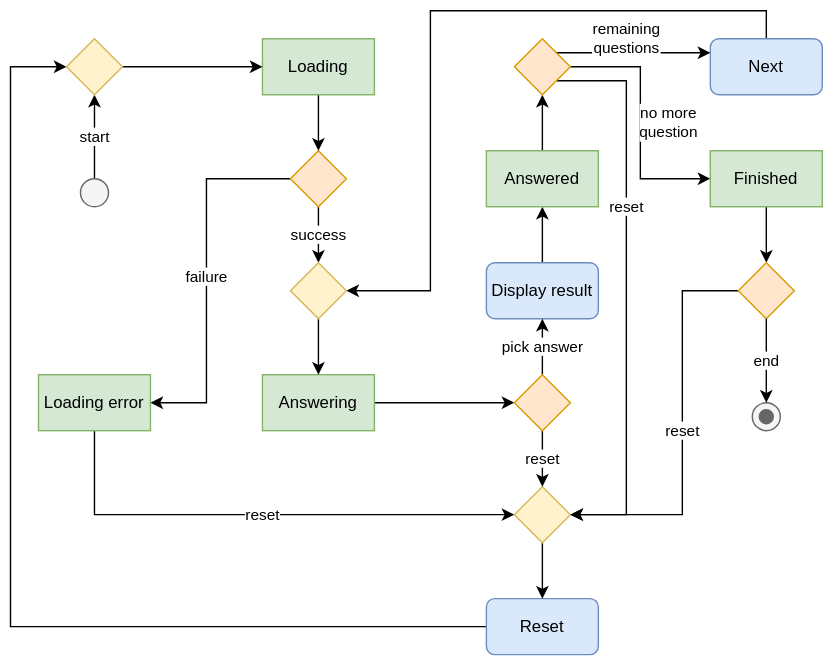
Above: assignments/hw5/diagram1.svg in hanggrian/IIT-ITM555 (draw.io), before the change. Source tidied: cells renumbered, new cells last; positions are measured from the earlier drawing's top-left corner, leaving out a move shared by most shapes.
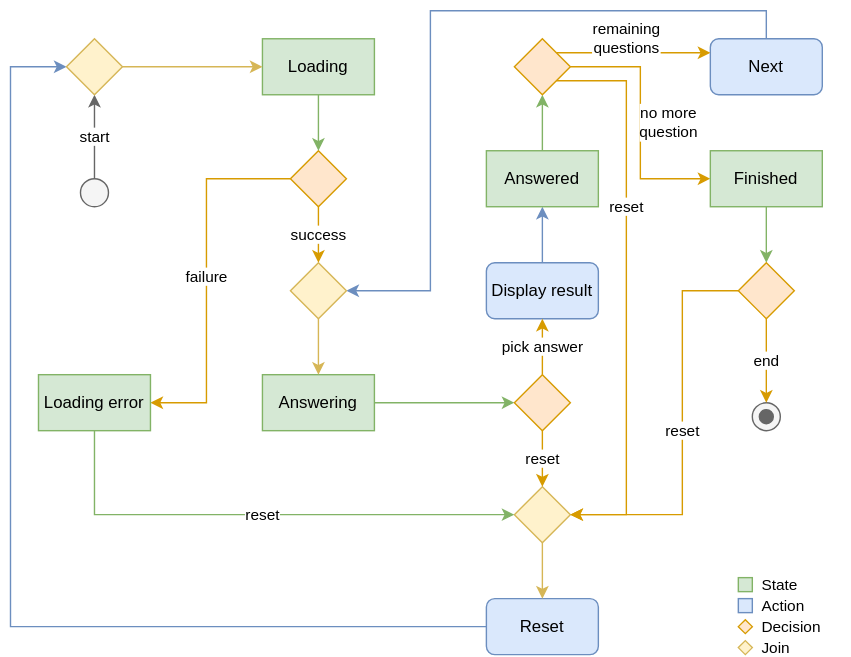
Above is the later version.

Commit message:
Add last diagram, completing phase 2 preparation

The edit, as a diff of the source:
```diff
@@ -2,7 +2,7 @@
   <root>
     <mxCell id="0" />
     <mxCell id="1" parent="0" />
-    <mxCell id="2" value="failure" style="edgeStyle=orthogonalEdgeStyle;rounded=0;jettySize=auto;html=1;exitX=0;exitY=0.5;exitDx=0;exitDy=0;entryX=1;entryY=0.5;entryDx=0;entryDy=0;" parent="1" edge="1" source="4" target="16">
+    <mxCell id="2" value="failure" style="edgeStyle=orthogonalEdgeStyle;rounded=0;jettySize=auto;html=1;exitX=0;exitY=0.5;exitDx=0;exitDy=0;entryX=1;entryY=0.5;entryDx=0;entryDy=0;fillColor=#ffe6cc;strokeColor=#d79b00;" parent="1" edge="1" source="4" target="16">
       <mxGeometry relative="1" as="geometry">
         <Array as="points">
           <mxPoint x="140" y="120" />
@@ -10,19 +10,19 @@
         </Array>
       </mxGeometry>
     </mxCell>
-    <mxCell id="3" value="success" style="edgeStyle=orthogonalEdgeStyle;rounded=0;jettySize=auto;html=1;exitX=0.5;exitY=1;exitDx=0;exitDy=0;entryX=0.5;entryY=0;entryDx=0;entryDy=0;" parent="1" edge="1" source="4" target="32">
+    <mxCell id="3" value="success" style="edgeStyle=orthogonalEdgeStyle;rounded=0;jettySize=auto;html=1;exitX=0.5;exitY=1;exitDx=0;exitDy=0;entryX=0.5;entryY=0;entryDx=0;entryDy=0;fillColor=#ffe6cc;strokeColor=#d79b00;" parent="1" edge="1" source="4" target="32">
       <mxGeometry relative="1" as="geometry" />
     </mxCell>
     <mxCell id="4" style="rhombus;whiteSpace=wrap;html=1;shadow=0;fontFamily=Helvetica;fontSize=12;align=center;strokeWidth=1;spacing=6;spacingTop=-4;fillColor=#ffe6cc;strokeColor=#d79b00;" parent="1" vertex="1">
       <mxGeometry x="200" y="100" width="40" height="40" as="geometry" />
     </mxCell>
-    <mxCell id="5" style="edgeStyle=orthogonalEdgeStyle;rounded=0;jettySize=auto;html=1;exitX=1;exitY=0.5;exitDx=0;exitDy=0;entryX=0;entryY=0.5;entryDx=0;entryDy=0;" parent="1" edge="1" source="6" target="24">
+    <mxCell id="5" style="edgeStyle=orthogonalEdgeStyle;rounded=0;jettySize=auto;html=1;exitX=1;exitY=0.5;exitDx=0;exitDy=0;entryX=0;entryY=0.5;entryDx=0;entryDy=0;fillColor=#d5e8d4;strokeColor=#82b366;" parent="1" edge="1" source="6" target="24">
       <mxGeometry relative="1" as="geometry" />
     </mxCell>
     <mxCell id="6" value="Answering" style="rounded=0;whiteSpace=wrap;html=1;fillColor=#d5e8d4;strokeColor=#82b366;" parent="1" vertex="1">
       <mxGeometry x="180" y="260" width="80" height="40" as="geometry" />
     </mxCell>
-    <mxCell id="7" style="edgeStyle=orthogonalEdgeStyle;rounded=0;jettySize=auto;html=1;exitX=0;exitY=0.5;exitDx=0;exitDy=0;entryX=0;entryY=0.5;entryDx=0;entryDy=0;" parent="1" edge="1" source="8" target="38">
+    <mxCell id="7" style="edgeStyle=orthogonalEdgeStyle;rounded=0;jettySize=auto;html=1;exitX=0;exitY=0.5;exitDx=0;exitDy=0;entryX=0;entryY=0.5;entryDx=0;entryDy=0;fillColor=#dae8fc;strokeColor=#6c8ebf;" parent="1" edge="1" source="8" target="38">
       <mxGeometry relative="1" as="geometry">
         <Array as="points">
           <mxPoint y="440" />
@@ -33,31 +33,31 @@
     <mxCell id="8" value="Reset" style="rounded=1;whiteSpace=wrap;html=1;fontSize=12;glass=0;strokeWidth=1;shadow=0;fillColor=#dae8fc;strokeColor=#6c8ebf;" parent="1" vertex="1">
       <mxGeometry x="340" y="420" width="80" height="40" as="geometry" />
     </mxCell>
-    <mxCell id="9" style="edgeStyle=orthogonalEdgeStyle;rounded=0;jettySize=auto;html=1;exitX=0.5;exitY=0;exitDx=0;exitDy=0;entryX=0.5;entryY=1;entryDx=0;entryDy=0;" parent="1" edge="1" source="10" target="12">
+    <mxCell id="9" style="edgeStyle=orthogonalEdgeStyle;rounded=0;jettySize=auto;html=1;exitX=0.5;exitY=0;exitDx=0;exitDy=0;entryX=0.5;entryY=1;entryDx=0;entryDy=0;fillColor=#dae8fc;strokeColor=#6c8ebf;" parent="1" edge="1" source="10" target="12">
       <mxGeometry relative="1" as="geometry" />
     </mxCell>
     <mxCell id="10" value="Display result" style="rounded=1;whiteSpace=wrap;html=1;fontSize=12;glass=0;strokeWidth=1;shadow=0;fillColor=#dae8fc;strokeColor=#6c8ebf;" parent="1" vertex="1">
       <mxGeometry x="340" y="180" width="80" height="40" as="geometry" />
     </mxCell>
-    <mxCell id="11" style="edgeStyle=orthogonalEdgeStyle;rounded=0;jettySize=auto;html=1;exitX=0.5;exitY=0;exitDx=0;exitDy=0;entryX=0.5;entryY=1;entryDx=0;entryDy=0;" parent="1" edge="1" source="12" target="30">
+    <mxCell id="11" style="edgeStyle=orthogonalEdgeStyle;rounded=0;jettySize=auto;html=1;exitX=0.5;exitY=0;exitDx=0;exitDy=0;entryX=0.5;entryY=1;entryDx=0;entryDy=0;fillColor=#d5e8d4;strokeColor=#82b366;" parent="1" edge="1" source="12" target="30">
       <mxGeometry relative="1" as="geometry" />
     </mxCell>
     <mxCell id="12" value="Answered" style="rounded=0;whiteSpace=wrap;html=1;fillColor=#d5e8d4;strokeColor=#82b366;" parent="1" vertex="1">
       <mxGeometry x="340" y="100" width="80" height="40" as="geometry" />
     </mxCell>
-    <mxCell id="13" style="edgeStyle=orthogonalEdgeStyle;rounded=0;jettySize=auto;html=1;exitX=0.5;exitY=1;exitDx=0;exitDy=0;entryX=0.5;entryY=0;entryDx=0;entryDy=0;" parent="1" edge="1" source="14" target="8">
+    <mxCell id="13" style="edgeStyle=orthogonalEdgeStyle;rounded=0;jettySize=auto;html=1;exitX=0.5;exitY=1;exitDx=0;exitDy=0;entryX=0.5;entryY=0;entryDx=0;entryDy=0;fillColor=#fff2cc;strokeColor=#d6b656;" parent="1" edge="1" source="14" target="8">
       <mxGeometry relative="1" as="geometry" />
     </mxCell>
     <mxCell id="14" style="rhombus;whiteSpace=wrap;html=1;shadow=0;fontFamily=Helvetica;fontSize=12;align=center;strokeWidth=1;spacing=6;spacingTop=-4;fillColor=#fff2cc;strokeColor=#d6b656;" parent="1" vertex="1">
       <mxGeometry x="360" y="340" width="40" height="40" as="geometry" />
     </mxCell>
-    <mxCell id="15" value="reset" style="edgeStyle=orthogonalEdgeStyle;rounded=0;jettySize=auto;html=1;exitX=0.5;exitY=1;exitDx=0;exitDy=0;entryX=0;entryY=0.5;entryDx=0;entryDy=0;" parent="1" edge="1" source="16" target="14">
+    <mxCell id="15" value="reset" style="edgeStyle=orthogonalEdgeStyle;rounded=0;jettySize=auto;html=1;exitX=0.5;exitY=1;exitDx=0;exitDy=0;entryX=0;entryY=0.5;entryDx=0;entryDy=0;fillColor=#d5e8d4;strokeColor=#82b366;" parent="1" edge="1" source="16" target="14">
       <mxGeometry relative="1" as="geometry" />
     </mxCell>
     <mxCell id="16" value="Loading error" style="rounded=0;whiteSpace=wrap;html=1;fillColor=#d5e8d4;strokeColor=#82b366;" parent="1" vertex="1">
       <mxGeometry x="20" y="260" width="80" height="40" as="geometry" />
     </mxCell>
-    <mxCell id="17" value="start" style="edgeStyle=orthogonalEdgeStyle;rounded=0;jettySize=auto;html=1;exitX=0.5;exitY=0;exitDx=0;exitDy=0;entryX=0.5;entryY=1;entryDx=0;entryDy=0;" parent="1" edge="1" source="18" target="38">
+    <mxCell id="17" value="start" style="edgeStyle=orthogonalEdgeStyle;rounded=0;jettySize=auto;html=1;exitX=0.5;exitY=0;exitDx=0;exitDy=0;entryX=0.5;entryY=1;entryDx=0;entryDy=0;fillColor=#f5f5f5;strokeColor=#666666;" parent="1" edge="1" source="18" target="38">
       <mxGeometry relative="1" as="geometry" />
     </mxCell>
     <mxCell id="18" style="ellipse;fillColor=#f5f5f5;html=1;fontColor=#333333;strokeColor=#666666;" parent="1" vertex="1">
@@ -66,7 +66,7 @@
     <mxCell id="19" style="shape=mxgraph.sysml.actFinal;html=1;verticalLabelPosition=bottom;labelBackgroundColor=#ffffff;verticalAlign=top;fillColor=#f5f5f5;fontColor=#333333;strokeColor=#666666;" parent="1" vertex="1">
       <mxGeometry x="530" y="280" width="20" height="20" as="geometry" />
     </mxCell>
-    <mxCell id="20" style="edgeStyle=orthogonalEdgeStyle;rounded=0;jettySize=auto;html=1;exitX=0.5;exitY=0;exitDx=0;exitDy=0;entryX=1;entryY=0.5;entryDx=0;entryDy=0;" parent="1" edge="1" source="21" target="32">
+    <mxCell id="20" style="edgeStyle=orthogonalEdgeStyle;rounded=0;jettySize=auto;html=1;exitX=0.5;exitY=0;exitDx=0;exitDy=0;entryX=1;entryY=0.5;entryDx=0;entryDy=0;fillColor=#dae8fc;strokeColor=#6c8ebf;" parent="1" edge="1" source="21" target="32">
       <mxGeometry relative="1" as="geometry">
         <Array as="points">
           <mxPoint x="540" />
@@ -78,28 +78,28 @@
     <mxCell id="21" value="Next" style="rounded=1;whiteSpace=wrap;html=1;fontSize=12;glass=0;strokeWidth=1;shadow=0;fillColor=#dae8fc;strokeColor=#6c8ebf;" parent="1" vertex="1">
       <mxGeometry x="500" y="20" width="80" height="40" as="geometry" />
     </mxCell>
-    <mxCell id="22" value="pick answer" style="edgeStyle=orthogonalEdgeStyle;rounded=0;jettySize=auto;html=1;exitX=0.5;exitY=0;exitDx=0;exitDy=0;entryX=0.5;entryY=1;entryDx=0;entryDy=0;" parent="1" edge="1" source="24" target="10">
+    <mxCell id="22" value="pick answer" style="edgeStyle=orthogonalEdgeStyle;rounded=0;jettySize=auto;html=1;exitX=0.5;exitY=0;exitDx=0;exitDy=0;entryX=0.5;entryY=1;entryDx=0;entryDy=0;fillColor=#ffe6cc;strokeColor=#d79b00;" parent="1" edge="1" source="24" target="10">
       <mxGeometry relative="1" as="geometry" />
     </mxCell>
-    <mxCell id="23" value="reset" style="edgeStyle=orthogonalEdgeStyle;rounded=0;jettySize=auto;html=1;exitX=0.5;exitY=1;exitDx=0;exitDy=0;entryX=0.5;entryY=0;entryDx=0;entryDy=0;" parent="1" edge="1" source="24" target="14">
+    <mxCell id="23" value="reset" style="edgeStyle=orthogonalEdgeStyle;rounded=0;jettySize=auto;html=1;exitX=0.5;exitY=1;exitDx=0;exitDy=0;entryX=0.5;entryY=0;entryDx=0;entryDy=0;fillColor=#ffe6cc;strokeColor=#d79b00;" parent="1" edge="1" source="24" target="14">
       <mxGeometry relative="1" as="geometry" />
     </mxCell>
     <mxCell id="24" style="rhombus;whiteSpace=wrap;html=1;shadow=0;fontFamily=Helvetica;fontSize=12;align=center;strokeWidth=1;spacing=6;spacingTop=-4;fillColor=#ffe6cc;strokeColor=#d79b00;" parent="1" vertex="1">
       <mxGeometry x="360" y="260" width="40" height="40" as="geometry" />
     </mxCell>
-    <mxCell id="25" style="edgeStyle=orthogonalEdgeStyle;rounded=0;jettySize=auto;html=1;exitX=0.5;exitY=1;exitDx=0;exitDy=0;entryX=0.5;entryY=0;entryDx=0;entryDy=0;" parent="1" edge="1" source="26" target="4">
+    <mxCell id="25" style="edgeStyle=orthogonalEdgeStyle;rounded=0;jettySize=auto;html=1;exitX=0.5;exitY=1;exitDx=0;exitDy=0;entryX=0.5;entryY=0;entryDx=0;entryDy=0;fillColor=#d5e8d4;strokeColor=#82b366;" parent="1" edge="1" source="26" target="4">
       <mxGeometry relative="1" as="geometry" />
     </mxCell>
     <mxCell id="26" value="Loading" style="rounded=0;whiteSpace=wrap;html=1;fillColor=#d5e8d4;strokeColor=#82b366;" parent="1" vertex="1">
       <mxGeometry x="180" y="20" width="80" height="40" as="geometry" />
     </mxCell>
-    <mxCell id="27" value="remaining&lt;div&gt;questions&lt;/div&gt;" style="edgeStyle=orthogonalEdgeStyle;rounded=0;jettySize=auto;html=1;exitX=1;exitY=0;exitDx=0;exitDy=0;entryX=0;entryY=0.25;entryDx=0;entryDy=0;" parent="1" edge="1" source="30" target="21">
+    <mxCell id="27" value="remaining&lt;div&gt;questions&lt;/div&gt;" style="edgeStyle=orthogonalEdgeStyle;rounded=0;jettySize=auto;html=1;exitX=1;exitY=0;exitDx=0;exitDy=0;entryX=0;entryY=0.25;entryDx=0;entryDy=0;fillColor=#ffe6cc;strokeColor=#d79b00;" parent="1" edge="1" source="30" target="21">
       <mxGeometry x="-0.09" y="10" relative="1" as="geometry" />
     </mxCell>
-    <mxCell id="28" value="no more&lt;div&gt;question&lt;/div&gt;" style="edgeStyle=orthogonalEdgeStyle;rounded=0;jettySize=auto;html=1;exitX=1;exitY=0.5;exitDx=0;exitDy=0;entryX=0;entryY=0.5;entryDx=0;entryDy=0;" parent="1" edge="1" source="30" target="34">
+    <mxCell id="28" value="no more&lt;div&gt;question&lt;/div&gt;" style="edgeStyle=orthogonalEdgeStyle;rounded=0;jettySize=auto;html=1;exitX=1;exitY=0.5;exitDx=0;exitDy=0;entryX=0;entryY=0.5;entryDx=0;entryDy=0;fillColor=#ffe6cc;strokeColor=#d79b00;" parent="1" edge="1" source="30" target="34">
       <mxGeometry y="20" relative="1" as="geometry" />
     </mxCell>
-    <mxCell id="29" value="reset" style="edgeStyle=orthogonalEdgeStyle;rounded=0;jettySize=auto;html=1;exitX=1;exitY=1;exitDx=0;exitDy=0;entryX=1;entryY=0.5;entryDx=0;entryDy=0;" parent="1" edge="1" source="30" target="14">
+    <mxCell id="29" value="reset" style="edgeStyle=orthogonalEdgeStyle;rounded=0;jettySize=auto;html=1;exitX=1;exitY=1;exitDx=0;exitDy=0;entryX=1;entryY=0.5;entryDx=0;entryDy=0;fillColor=#ffe6cc;strokeColor=#d79b00;" parent="1" edge="1" source="30" target="14">
       <mxGeometry x="-0.3" relative="1" as="geometry">
         <Array as="points">
           <mxPoint x="440" y="50" />
@@ -110,19 +110,19 @@
     <mxCell id="30" style="rhombus;whiteSpace=wrap;html=1;shadow=0;fontFamily=Helvetica;fontSize=12;align=center;strokeWidth=1;spacing=6;spacingTop=-4;fillColor=#ffe6cc;strokeColor=#d79b00;" parent="1" vertex="1">
       <mxGeometry x="360" y="20" width="40" height="40" as="geometry" />
     </mxCell>
-    <mxCell id="31" style="edgeStyle=orthogonalEdgeStyle;rounded=0;jettySize=auto;html=1;" parent="1" edge="1" source="32" target="6">
+    <mxCell id="31" style="edgeStyle=orthogonalEdgeStyle;rounded=0;jettySize=auto;html=1;fillColor=#fff2cc;strokeColor=#d6b656;" parent="1" edge="1" source="32" target="6">
       <mxGeometry relative="1" as="geometry" />
     </mxCell>
     <mxCell id="32" style="rhombus;whiteSpace=wrap;html=1;shadow=0;fontFamily=Helvetica;fontSize=12;align=center;strokeWidth=1;spacing=6;spacingTop=-4;fillColor=#fff2cc;strokeColor=#d6b656;" parent="1" vertex="1">
       <mxGeometry x="200" y="180" width="40" height="40" as="geometry" />
     </mxCell>
-    <mxCell id="33" style="edgeStyle=orthogonalEdgeStyle;rounded=0;jettySize=auto;html=1;exitX=0.5;exitY=1;exitDx=0;exitDy=0;entryX=0.5;entryY=0;entryDx=0;entryDy=0;" parent="1" edge="1" source="34" target="36">
+    <mxCell id="33" style="edgeStyle=orthogonalEdgeStyle;rounded=0;jettySize=auto;html=1;exitX=0.5;exitY=1;exitDx=0;exitDy=0;entryX=0.5;entryY=0;entryDx=0;entryDy=0;fillColor=#d5e8d4;strokeColor=#82b366;" parent="1" edge="1" source="34" target="36">
       <mxGeometry relative="1" as="geometry" />
     </mxCell>
     <mxCell id="34" value="Finished" style="rounded=0;whiteSpace=wrap;html=1;fillColor=#d5e8d4;strokeColor=#82b366;" parent="1" vertex="1">
       <mxGeometry x="500" y="100" width="80" height="40" as="geometry" />
     </mxCell>
-    <mxCell id="35" value="reset" style="edgeStyle=orthogonalEdgeStyle;rounded=0;jettySize=auto;html=1;exitX=0;exitY=0.5;exitDx=0;exitDy=0;entryX=1;entryY=0.5;entryDx=0;entryDy=0;" parent="1" edge="1" source="36" target="14">
+    <mxCell id="35" value="reset" style="edgeStyle=orthogonalEdgeStyle;rounded=0;jettySize=auto;html=1;exitX=0;exitY=0.5;exitDx=0;exitDy=0;entryX=1;entryY=0.5;entryDx=0;entryDy=0;fillColor=#ffe6cc;strokeColor=#d79b00;" parent="1" edge="1" source="36" target="14">
       <mxGeometry relative="1" as="geometry">
         <Array as="points">
           <mxPoint x="480" y="200" />
@@ -133,14 +133,38 @@
     <mxCell id="36" style="rhombus;whiteSpace=wrap;html=1;shadow=0;fontFamily=Helvetica;fontSize=12;align=center;strokeWidth=1;spacing=6;spacingTop=-4;fillColor=#ffe6cc;strokeColor=#d79b00;" parent="1" vertex="1">
       <mxGeometry x="520" y="180" width="40" height="40" as="geometry" />
     </mxCell>
-    <mxCell id="37" style="edgeStyle=orthogonalEdgeStyle;rounded=0;jettySize=auto;html=1;exitX=1;exitY=0.5;exitDx=0;exitDy=0;entryX=0;entryY=0.5;entryDx=0;entryDy=0;" parent="1" edge="1" source="38" target="26">
+    <mxCell id="37" style="edgeStyle=orthogonalEdgeStyle;rounded=0;jettySize=auto;html=1;exitX=1;exitY=0.5;exitDx=0;exitDy=0;entryX=0;entryY=0.5;entryDx=0;entryDy=0;fillColor=#fff2cc;strokeColor=#d6b656;" parent="1" edge="1" source="38" target="26">
       <mxGeometry relative="1" as="geometry" />
     </mxCell>
     <mxCell id="38" style="rhombus;whiteSpace=wrap;html=1;shadow=0;fontFamily=Helvetica;fontSize=12;align=center;strokeWidth=1;spacing=6;spacingTop=-4;fillColor=#fff2cc;strokeColor=#d6b656;" parent="1" vertex="1">
       <mxGeometry x="40" y="20" width="40" height="40" as="geometry" />
     </mxCell>
-    <mxCell id="39" value="end" style="edgeStyle=orthogonalEdgeStyle;rounded=0;jettySize=auto;html=1;exitX=0.5;exitY=1;exitDx=0;exitDy=0;entryX=0.5;entryY=0;entryDx=0;entryDy=0;entryPerimeter=0;" parent="1" edge="1" source="36" target="19">
+    <mxCell id="39" value="end" style="edgeStyle=orthogonalEdgeStyle;rounded=0;jettySize=auto;html=1;exitX=0.5;exitY=1;exitDx=0;exitDy=0;entryX=0.5;entryY=0;entryDx=0;entryDy=0;entryPerimeter=0;fillColor=#ffe6cc;strokeColor=#d79b00;" parent="1" edge="1" source="36" target="19">
       <mxGeometry relative="1" as="geometry" />
     </mxCell>
+    <mxCell id="40" style="rhombus;whiteSpace=wrap;html=1;fillColor=#ffe6cc;strokeColor=#d79b00;align=left;spacingLeft=0;" parent="1" vertex="1">
+      <mxGeometry x="520" y="435" width="10" height="10" as="geometry" />
+    </mxCell>
+    <mxCell id="41" style="rhombus;whiteSpace=wrap;html=1;fillColor=#fff2cc;strokeColor=#d6b656;align=left;spacingLeft=0;" parent="1" vertex="1">
+      <mxGeometry x="520" y="450" width="10" height="10" as="geometry" />
+    </mxCell>
+    <mxCell id="42" style="rounded=0;whiteSpace=wrap;html=1;fillColor=#dae8fc;strokeColor=#6c8ebf;align=left;spacingLeft=0;" parent="1" vertex="1">
+      <mxGeometry x="520" y="420" width="10" height="10" as="geometry" />
+    </mxCell>
+    <mxCell id="43" style="rounded=0;whiteSpace=wrap;html=1;fillColor=#d5e8d4;strokeColor=#82b366;align=left;spacingLeft=0;" parent="1" vertex="1">
+      <mxGeometry x="520" y="405" width="10" height="10" as="geometry" />
+    </mxCell>
+    <mxCell id="44" value="State" style="text;html=1;align=left;verticalAlign=middle;whiteSpace=wrap;rounded=0;fontSize=11;" parent="1" vertex="1">
+      <mxGeometry x="535" y="405" width="65" height="10" as="geometry" />
+    </mxCell>
+    <mxCell id="45" value="Action" style="text;html=1;align=left;verticalAlign=middle;whiteSpace=wrap;rounded=0;fontSize=11;" parent="1" vertex="1">
+      <mxGeometry x="535" y="420" width="65" height="10" as="geometry" />
+    </mxCell>
+    <mxCell id="46" value="Decision" style="text;html=1;align=left;verticalAlign=middle;whiteSpace=wrap;rounded=0;fontSize=11;" parent="1" vertex="1">
+      <mxGeometry x="535" y="435" width="65" height="10" as="geometry" />
+    </mxCell>
+    <mxCell id="47" value="Join" style="text;html=1;align=left;verticalAlign=middle;whiteSpace=wrap;rounded=0;fontSize=11;" parent="1" vertex="1">
+      <mxGeometry x="535" y="450" width="65" height="10" as="geometry" />
+    </mxCell>
   </root>
 </mxGraphModel>
```
